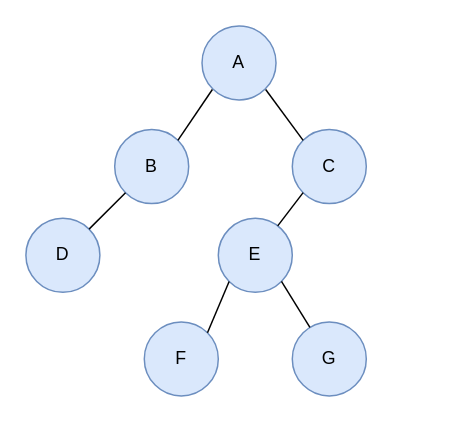
Before: 未命名绘图.drawio in jeremy8551/DrawIO_Store, a draw.io diagram. Source tidied: cells renumbered, new cells numbered last; positions are measured from the earlier drawing's top-left corner, leaving out a move shared by most shapes. Both pictures are drawn from the tidied source at 148%, with x=0, y=0 at pixel (25, 25).
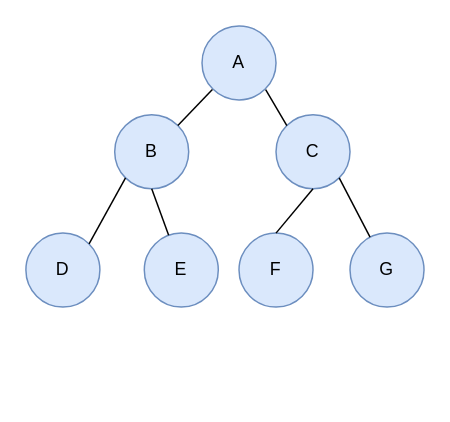
The same diagram, later.

Commit message:
更新未命名绘图1.drawio

Diff of the diagram source:
```diff
@@
 <mxGraphModel>
   <root>
     <mxCell id="0" />
     <mxCell id="1" parent="0" />
     <mxCell id="2" value="A" style="ellipse;whiteSpace=wrap;html=1;direction=west;fillColor=#dae8fc;strokeColor=#6c8ebf;points=[[0,0.5,0,0,0],[0.14,0.14,0,0,0],[0.14,0.86,0,0,0],[0.5,0,0,0,0],[0.5,1,0,0,0],[0.86,0.14,0,0,0],[0.86,0.86,0,0,0],[1,0.5,0,0,0]];" parent="1" vertex="1">
       <mxGeometry x="119" width="50" height="50" as="geometry" />
     </mxCell>
     <mxCell id="3" value="B" style="ellipse;whiteSpace=wrap;html=1;fillColor=#dae8fc;strokeColor=#6c8ebf;" parent="1" vertex="1">
-      <mxGeometry x="60" y="70" width="50" height="50" as="geometry" />
+      <mxGeometry x="60" y="60" width="50" height="50" as="geometry" />
     </mxCell>
     <mxCell id="4" value="C" style="ellipse;whiteSpace=wrap;html=1;fillColor=#dae8fc;strokeColor=#6c8ebf;" parent="1" vertex="1">
-      <mxGeometry x="180" y="70" width="50" height="50" as="geometry" />
+      <mxGeometry x="169" y="60" width="50" height="50" as="geometry" />
     </mxCell>
     <mxCell id="5" value="D" style="ellipse;whiteSpace=wrap;html=1;fillColor=#dae8fc;strokeColor=#6c8ebf;" parent="1" vertex="1">
-      <mxGeometry y="130" width="50" height="50" as="geometry" />
+      <mxGeometry y="140" width="50" height="50" as="geometry" />
     </mxCell>
     <mxCell id="6" value="E" style="ellipse;whiteSpace=wrap;html=1;fillColor=#dae8fc;strokeColor=#6c8ebf;" parent="1" vertex="1">
-      <mxGeometry x="130" y="130" width="50" height="50" as="geometry" />
+      <mxGeometry x="80" y="140" width="50" height="50" as="geometry" />
     </mxCell>
     <mxCell id="7" value="F" style="ellipse;whiteSpace=wrap;html=1;fillColor=#dae8fc;strokeColor=#6c8ebf;" parent="1" vertex="1">
-      <mxGeometry x="80" y="200" width="50" height="50" as="geometry" />
+      <mxGeometry x="144" y="140" width="50" height="50" as="geometry" />
     </mxCell>
     <mxCell id="8" value="G" style="ellipse;whiteSpace=wrap;html=1;fillColor=#dae8fc;strokeColor=#6c8ebf;" parent="1" vertex="1">
-      <mxGeometry x="180" y="200" width="50" height="50" as="geometry" />
+      <mxGeometry x="219" y="140" width="50" height="50" as="geometry" />
     </mxCell>
     <mxCell id="9" style="endArrow=none;html=1;rounded=0;entryX=0.86;entryY=0.14;entryDx=0;entryDy=0;entryPerimeter=0;exitX=1;exitY=0;exitDx=0;exitDy=0;" parent="1" edge="1" source="3" target="2">
       <mxGeometry relative="1" as="geometry" />
     </mxCell>
     <mxCell id="10" style="endArrow=none;html=1;rounded=0;entryX=0.14;entryY=0.14;entryDx=0;entryDy=0;entryPerimeter=0;exitX=0;exitY=0;exitDx=0;exitDy=0;" parent="1" edge="1" source="4" target="2">
       <mxGeometry relative="1" as="geometry" />
     </mxCell>
     <mxCell id="11" style="endArrow=none;html=1;rounded=0;entryX=0;entryY=1;entryDx=0;entryDy=0;exitX=1;exitY=0;exitDx=0;exitDy=0;" parent="1" edge="1" source="5" target="3">
       <mxGeometry relative="1" as="geometry" />
     </mxCell>
-    <mxCell id="12" style="endArrow=none;html=1;rounded=0;entryX=0;entryY=1;entryDx=0;entryDy=0;" parent="1" edge="1" source="6" target="4">
+    <mxCell id="12" style="endArrow=none;html=1;rounded=0;entryX=0.5;entryY=1;entryDx=0;entryDy=0;" parent="1" edge="1" source="6" target="3">
       <mxGeometry relative="1" as="geometry" />
     </mxCell>
-    <mxCell id="13" style="endArrow=none;html=1;rounded=0;entryX=0;entryY=1;entryDx=0;entryDy=0;exitX=1;exitY=0;exitDx=0;exitDy=0;" parent="1" edge="1" source="7" target="6">
+    <mxCell id="13" style="endArrow=none;html=1;rounded=0;entryX=0.5;entryY=1;entryDx=0;entryDy=0;exitX=0.5;exitY=0;exitDx=0;exitDy=0;" parent="1" edge="1" source="7" target="4">
       <mxGeometry relative="1" as="geometry" />
     </mxCell>
-    <mxCell id="14" style="endArrow=none;html=1;rounded=0;entryX=1;entryY=1;entryDx=0;entryDy=0;" parent="1" edge="1" source="8" target="6">
+    <mxCell id="14" style="endArrow=none;html=1;rounded=0;entryX=1;entryY=1;entryDx=0;entryDy=0;" parent="1" edge="1" source="8" target="4">
       <mxGeometry relative="1" as="geometry" />
     </mxCell>
   </root>
 </mxGraphModel>
```
